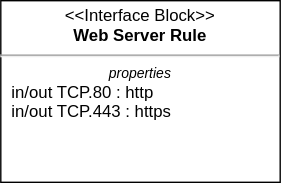
JeffreyWerth/AWS-Architecture-Model-Repository keeps this draw.io diagram as SysML Lessons/Lesson Views and SVGs/BDD Lesson - Interface Blocks.svg. Above is the earlier version. Source tidied: cells renumbered, new cells last; positions are measured from the earlier drawing's top-left corner, leaving out a move shared by most shapes.
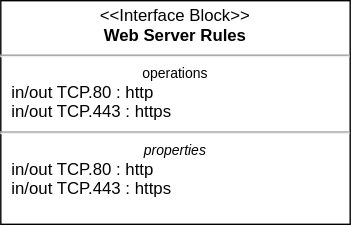
After the commit.

Commit message:
Updated model element diagram

Change to the diagram source:
```diff
@@ -2,8 +2,8 @@
   <root>
     <mxCell id="0" />
     <mxCell id="1" parent="0" />
-    <mxCell id="2" value="&lt;p style=&quot;margin:0px;margin-top:4px;text-align:center;&quot;&gt;&amp;lt;&amp;lt;Interface Block&amp;gt;&amp;gt;&lt;br&gt;&lt;b&gt;Web Server Rule&lt;/b&gt;&lt;/p&gt;&lt;hr&gt;&lt;p style=&quot;font-size:10px;margin:0px;text-align:center;&quot;&gt;&lt;i&gt;properties&lt;/i&gt;&lt;/p&gt;&lt;p style=&quot;margin:0px;margin-left:8px;text-align:left;&quot;&gt;in/out TCP.80 : http&lt;br&gt;&lt;/p&gt;&lt;p style=&quot;margin:0px;margin-left:8px;text-align:left;&quot;&gt;in/out TCP.443 : https&lt;/p&gt;" style="shape=rect;html=1;overflow=fill;whiteSpace=wrap;" parent="1" vertex="1">
-      <mxGeometry width="200" height="130" as="geometry" />
+    <mxCell id="2" value="&lt;p style=&quot;margin:0px;margin-top:4px;text-align:center;&quot;&gt;&amp;lt;&amp;lt;Interface Block&amp;gt;&amp;gt;&lt;br&gt;&lt;b&gt;Web Server Rules&lt;/b&gt;&lt;/p&gt;&lt;hr style=&quot;border-color: var(--border-color);&quot;&gt;&lt;p style=&quot;border-color: var(--border-color); font-size: 10px; margin: 0px;&quot;&gt;operations&lt;/p&gt;&lt;p style=&quot;border-color: var(--border-color); margin: 0px 0px 0px 8px; text-align: left;&quot;&gt;in/out TCP.80 : http&lt;br style=&quot;border-color: var(--border-color);&quot;&gt;&lt;/p&gt;&lt;p style=&quot;border-color: var(--border-color); margin: 0px 0px 0px 8px; text-align: left;&quot;&gt;in/out TCP.443 : https&lt;/p&gt;&lt;hr&gt;&lt;p style=&quot;font-size:10px;margin:0px;text-align:center;&quot;&gt;&lt;i&gt;properties&lt;/i&gt;&lt;/p&gt;&lt;p style=&quot;margin:0px;margin-left:8px;text-align:left;&quot;&gt;in/out TCP.80 : http&lt;br&gt;&lt;/p&gt;&lt;p style=&quot;margin:0px;margin-left:8px;text-align:left;&quot;&gt;in/out TCP.443 : https&lt;/p&gt;" style="shape=rect;html=1;overflow=fill;whiteSpace=wrap;" parent="1" vertex="1">
+      <mxGeometry width="250" height="160" as="geometry" />
     </mxCell>
   </root>
 </mxGraphModel>
```
